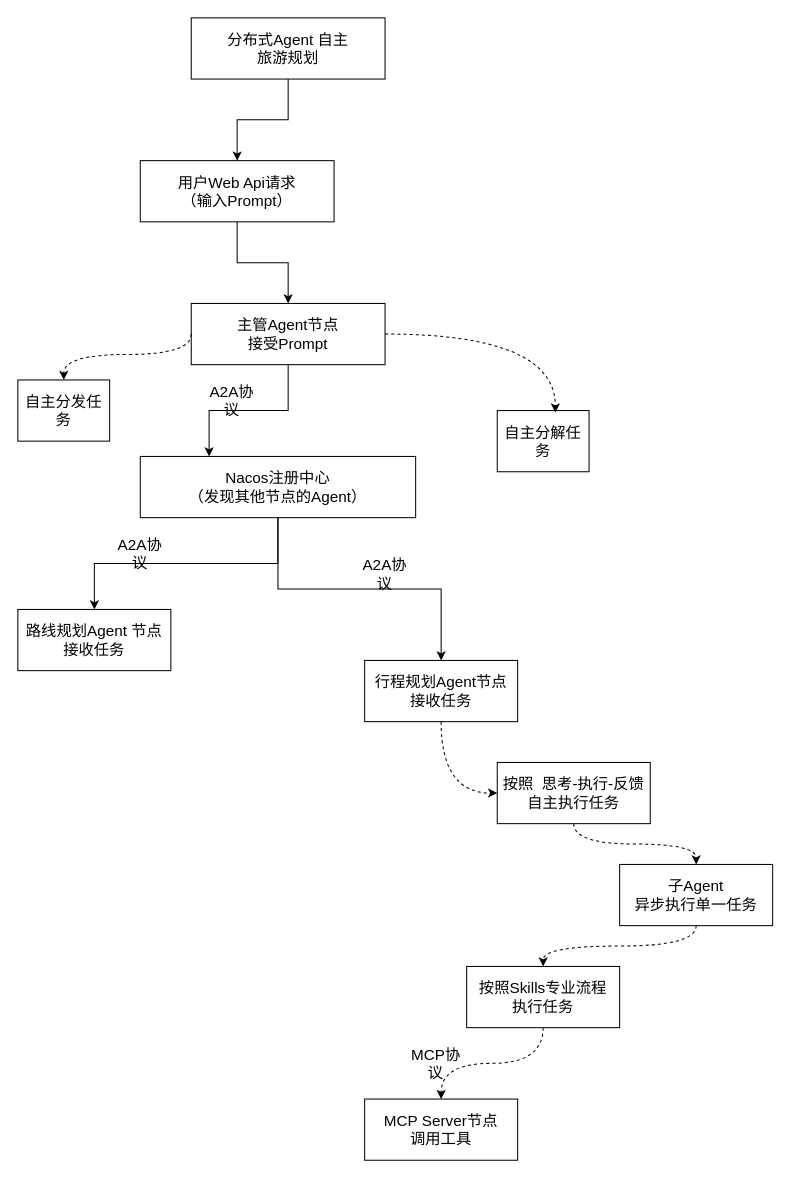
ChengziMao/picture keeps this draw.io diagram as 未命名绘图.drawio. Above is the earlier version. Source tidied: cells renumbered, new cells numbered last; positions are measured from the earlier drawing's top-left corner, leaving out a move shared by most shapes. Both pictures are drawn from the tidied source at 102%, with x=0, y=0 at pixel (17, 17).
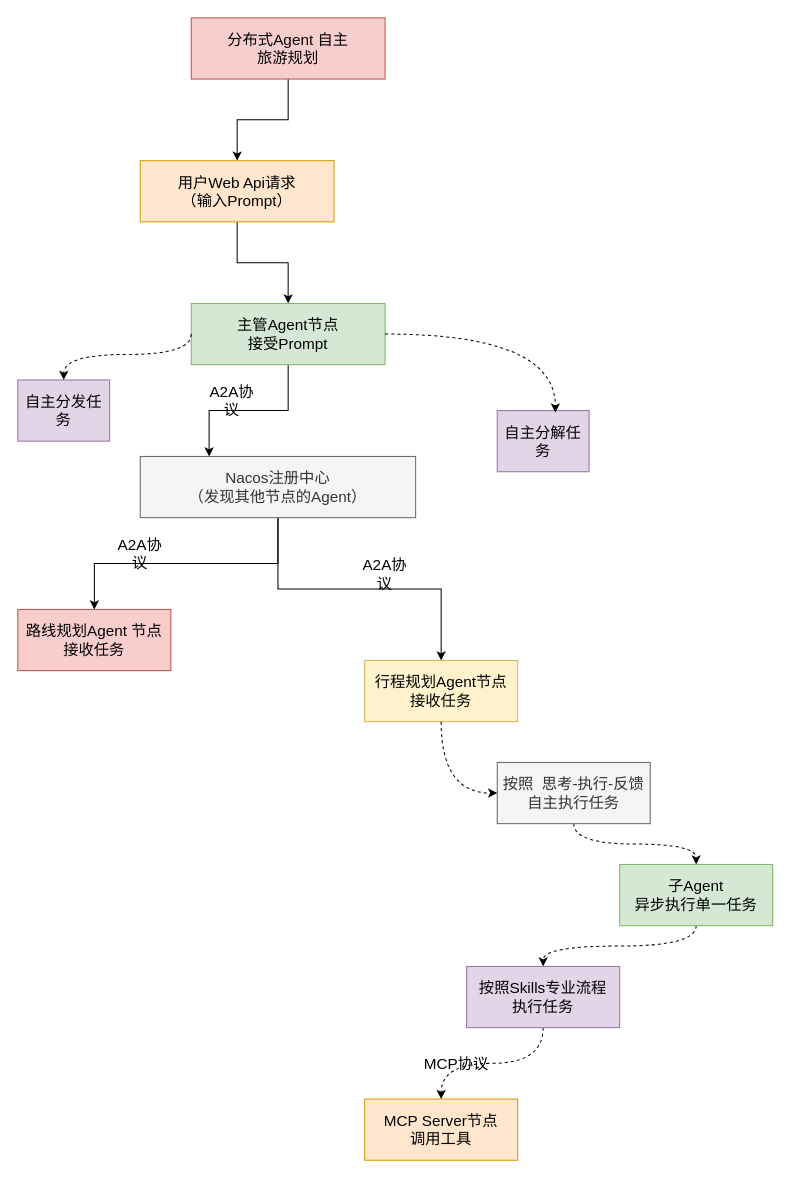
Above is the later version.

Commit message:
更新未命名绘图.drawio

Change to the diagram source:
```diff
@@
-    <mxCell id="3" value="分布式Agent 自主&lt;div&gt;旅游规划&lt;/div&gt;" style="rounded=0;whiteSpace=wrap;html=1;fontSize=15;" parent="1" vertex="1">
+    <mxCell id="3" value="分布式Agent 自主&lt;div&gt;旅游规划&lt;/div&gt;" style="rounded=0;whiteSpace=wrap;html=1;fontSize=15;fillColor=#f8cecc;strokeColor=#b85450;" parent="1" vertex="1">
       <mxGeometry x="170" width="190" height="60" as="geometry" />
     </mxCell>
@@
-    <mxCell id="5" value="用户Web Api请求&lt;div&gt;（输入Prompt）&lt;/div&gt;" style="rounded=0;whiteSpace=wrap;html=1;fontSize=15;" parent="1" vertex="1">
+    <mxCell id="5" value="用户Web Api请求&lt;div&gt;（输入Prompt）&lt;/div&gt;" style="rounded=0;whiteSpace=wrap;html=1;fontSize=15;fillColor=#ffe6cc;strokeColor=#d79b00;" parent="1" vertex="1">
       <mxGeometry x="120" y="140" width="190" height="60" as="geometry" />
     </mxCell>
@@
-    <mxCell id="7" value="主管Agent节点&lt;div&gt;接受Prompt&lt;/div&gt;" style="rounded=0;whiteSpace=wrap;html=1;fontSize=15;" parent="1" vertex="1">
+    <mxCell id="7" value="主管Agent节点&lt;div&gt;接受Prompt&lt;/div&gt;" style="rounded=0;whiteSpace=wrap;html=1;fontSize=15;fillColor=#d5e8d4;strokeColor=#82b366;" parent="1" vertex="1">
       <mxGeometry x="170" y="280" width="190" height="60" as="geometry" />
     </mxCell>
-    <mxCell id="8" value="自主分发任务" style="rounded=0;whiteSpace=wrap;html=1;fontSize=15;" parent="1" vertex="1">
+    <mxCell id="8" value="自主分发任务" style="rounded=0;whiteSpace=wrap;html=1;fontSize=15;fillColor=#e1d5e7;strokeColor=#9673a6;" parent="1" vertex="1">
       <mxGeometry y="355" width="90" height="60" as="geometry" />
     </mxCell>
-    <mxCell id="9" value="自主分解任务" style="rounded=0;whiteSpace=wrap;html=1;fontSize=15;" parent="1" vertex="1">
+    <mxCell id="9" value="自主分解任务" style="rounded=0;whiteSpace=wrap;html=1;fontSize=15;fillColor=#e1d5e7;strokeColor=#9673a6;" parent="1" vertex="1">
       <mxGeometry x="470" y="385" width="90" height="60" as="geometry" />
     </mxCell>
@@
-    <mxCell id="12" value="Nacos注册中心&lt;div&gt;（发现其他节点的Agent）&lt;/div&gt;" style="rounded=0;whiteSpace=wrap;html=1;fontSize=15;" parent="1" vertex="1">
+    <mxCell id="12" value="Nacos注册中心&lt;div&gt;（发现其他节点的Agent）&lt;/div&gt;" style="rounded=0;whiteSpace=wrap;html=1;fontSize=15;fillColor=#f5f5f5;fontColor=#333333;strokeColor=#666666;" parent="1" vertex="1">
       <mxGeometry x="120" y="430" width="270" height="60" as="geometry" />
     </mxCell>
-    <mxCell id="13" value="路线规划Agent 节点&lt;div&gt;接收任务&lt;/div&gt;" style="rounded=0;whiteSpace=wrap;html=1;fontSize=15;" parent="1" vertex="1">
+    <mxCell id="13" value="路线规划Agent 节点&lt;div&gt;接收任务&lt;/div&gt;" style="rounded=0;whiteSpace=wrap;html=1;fontSize=15;fillColor=#f8cecc;strokeColor=#b85450;" parent="1" vertex="1">
       <mxGeometry y="580" width="150" height="60" as="geometry" />
     </mxCell>
-    <mxCell id="14" value="行程规划Agent节点&lt;div&gt;接收任务&lt;/div&gt;" style="rounded=0;whiteSpace=wrap;html=1;fontSize=15;" parent="1" vertex="1">
+    <mxCell id="14" value="行程规划Agent节点&lt;div&gt;接收任务&lt;/div&gt;" style="rounded=0;whiteSpace=wrap;html=1;fontSize=15;fillColor=#fff2cc;strokeColor=#d6b656;" parent="1" vertex="1">
       <mxGeometry x="340" y="630" width="150" height="60" as="geometry" />
     </mxCell>
@@
-    <mxCell id="21" value="按照&amp;nbsp; 思考-执行-反馈&lt;div&gt;自主执行任务&lt;/div&gt;" style="rounded=0;whiteSpace=wrap;html=1;fontSize=15;" parent="1" vertex="1">
+    <mxCell id="21" value="按照&amp;nbsp; 思考-执行-反馈&lt;div&gt;自主执行任务&lt;/div&gt;" style="rounded=0;whiteSpace=wrap;html=1;fontSize=15;fillColor=#f5f5f5;fontColor=#333333;strokeColor=#666666;" parent="1" vertex="1">
       <mxGeometry x="470" y="730" width="150" height="60" as="geometry" />
     </mxCell>
@@
-    <mxCell id="23" value="子Agent&lt;div&gt;异步执行单一任务&lt;/div&gt;" style="rounded=0;whiteSpace=wrap;html=1;fontSize=15;" parent="1" vertex="1">
+    <mxCell id="23" value="子Agent&lt;div&gt;异步执行单一任务&lt;/div&gt;" style="rounded=0;whiteSpace=wrap;html=1;fontSize=15;fillColor=#d5e8d4;strokeColor=#82b366;" parent="1" vertex="1">
       <mxGeometry x="590" y="830" width="150" height="60" as="geometry" />
     </mxCell>
@@
-    <mxCell id="25" value="按照Skills专业流程&lt;div&gt;执行任务&lt;/div&gt;" style="rounded=0;whiteSpace=wrap;html=1;fontSize=15;" parent="1" vertex="1">
+    <mxCell id="25" value="按照Skills专业流程&lt;div&gt;执行任务&lt;/div&gt;" style="rounded=0;whiteSpace=wrap;html=1;fontSize=15;fillColor=#e1d5e7;strokeColor=#9673a6;" parent="1" vertex="1">
       <mxGeometry x="440" y="930" width="150" height="60" as="geometry" />
     </mxCell>
-    <mxCell id="26" value="MCP Server节点&lt;div&gt;调用工具&lt;/div&gt;" style="rounded=0;whiteSpace=wrap;html=1;fontSize=15;" parent="1" vertex="1">
+    <mxCell id="26" value="MCP Server节点&lt;div&gt;调用工具&lt;/div&gt;" style="rounded=0;whiteSpace=wrap;html=1;fontSize=15;fillColor=#ffe6cc;strokeColor=#d79b00;" parent="1" vertex="1">
       <mxGeometry x="340" y="1060" width="150" height="60" as="geometry" />
     </mxCell>
@@
     <mxCell id="28" value="MCP协议" style="text;html=1;whiteSpace=wrap;strokeColor=none;fillColor=none;align=center;verticalAlign=middle;rounded=0;fontSize=15;" parent="1" vertex="1">
-      <mxGeometry x="380" y="1010" width="60" height="30" as="geometry" />
+      <mxGeometry x="380" y="1010" width="100" height="30" as="geometry" />
     </mxCell>
```
